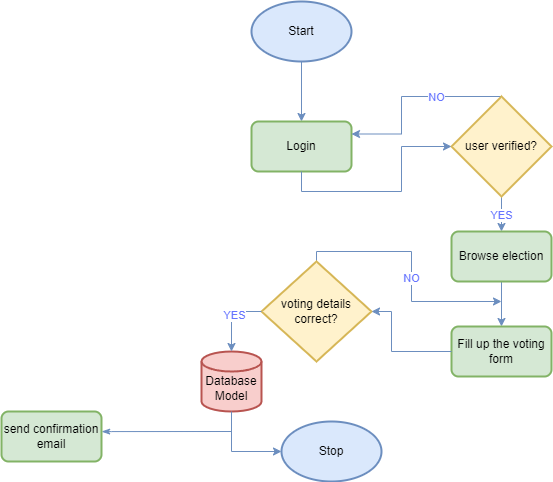
This is deliverables/assets/flowchart/email.png from WSU-cshimizu/ceg4110-group-project-code-crafters, a draw.io export, as it was before one commit. Source tidied: cells renumbered, new cells last; positions are measured from the earlier drawing's top-left corner, leaving out a move shared by most shapes.
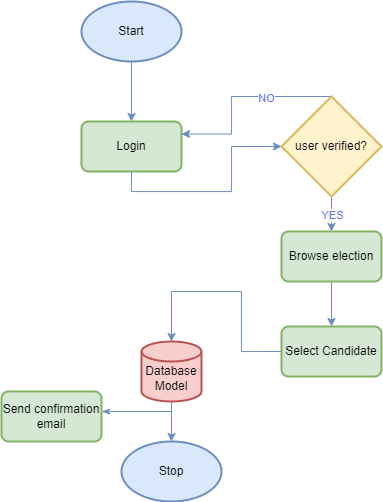
After the commit.

Change to the diagram source:
```diff
@@ -46,59 +46,37 @@
     <mxCell id="12" value="Browse election" style="rounded=1;whiteSpace=wrap;html=1;absoluteArcSize=1;arcSize=14;strokeWidth=2;fillColor=#d5e8d4;strokeColor=#82b366;" parent="1" vertex="1">
       <mxGeometry x="450" y="230" width="100" height="50" as="geometry" />
     </mxCell>
-    <mxCell id="13" value="Fill up the voting form" style="rounded=1;whiteSpace=wrap;html=1;absoluteArcSize=1;arcSize=14;strokeWidth=2;fillColor=#d5e8d4;strokeColor=#82b366;" parent="1" vertex="1">
+    <mxCell id="13" value="Select Candidate" style="rounded=1;whiteSpace=wrap;html=1;absoluteArcSize=1;arcSize=14;strokeWidth=2;fillColor=#d5e8d4;strokeColor=#82b366;" parent="1" vertex="1">
       <mxGeometry x="450" y="325" width="100" height="50" as="geometry" />
     </mxCell>
-    <mxCell id="14" style="edgeStyle=orthogonalEdgeStyle;rounded=0;jettySize=auto;html=1;exitX=0.518;exitY=0.029;exitDx=0;exitDy=0;exitPerimeter=0;fillColor=#dae8fc;strokeColor=#6c8ebf;" parent="1" edge="1" source="16">
-      <mxGeometry relative="1" as="geometry">
-        <mxPoint x="500" y="300" as="targetPoint" />
-        <Array as="points">
-          <mxPoint x="315" y="263" />
-          <mxPoint x="315" y="250" />
-          <mxPoint x="410" y="250" />
-          <mxPoint x="410" y="300" />
-        </Array>
-      </mxGeometry>
-    </mxCell>
-    <mxCell id="15" value="&lt;font color=&quot;#6675ff&quot;&gt;NO&lt;/font&gt;" style="edgeLabel;html=1;align=center;verticalAlign=middle;" parent="14" vertex="1">
-      <mxGeometry x="0.09" relative="1" as="geometry" />
-    </mxCell>
-    <mxCell id="16" value="voting details correct?" style="strokeWidth=2;html=1;shape=mxgraph.flowchart.decision;whiteSpace=wrap;fillColor=#fff2cc;strokeColor=#d6b656;" parent="1" vertex="1">
-      <mxGeometry x="260" y="260" width="110" height="100" as="geometry" />
-    </mxCell>
-    <mxCell id="17" style="edgeStyle=orthogonalEdgeStyle;rounded=0;jettySize=auto;html=1;exitX=0;exitY=0.5;exitDx=0;exitDy=0;entryX=1;entryY=0.5;entryDx=0;entryDy=0;entryPerimeter=0;fillColor=#dae8fc;strokeColor=#6c8ebf;" parent="1" edge="1" source="13" target="16">
+    <mxCell id="17" style="edgeStyle=orthogonalEdgeStyle;rounded=0;jettySize=auto;html=1;exitX=0;exitY=0.5;exitDx=0;exitDy=0;entryX=0.5;entryY=0;entryDx=0;entryDy=0;entryPerimeter=0;fillColor=#dae8fc;strokeColor=#6c8ebf;" parent="1" edge="1" source="13" target="18">
       <mxGeometry relative="1" as="geometry">
         <Array as="points">
-          <mxPoint x="390" y="350" />
-          <mxPoint x="390" y="310" />
+          <mxPoint x="410" y="350" />
+          <mxPoint x="410" y="290" />
+          <mxPoint x="340" y="290" />
         </Array>
       </mxGeometry>
     </mxCell>
     <mxCell id="18" value="&lt;div&gt;&lt;br&gt;&lt;/div&gt;Database&lt;div&gt;Model&lt;/div&gt;" style="strokeWidth=2;html=1;shape=mxgraph.flowchart.database;whiteSpace=wrap;fillColor=#f8cecc;strokeColor=#b85450;" parent="1" vertex="1">
-      <mxGeometry x="200" y="350" width="60" height="60" as="geometry" />
+      <mxGeometry x="310" y="340" width="60" height="60" as="geometry" />
     </mxCell>
-    <mxCell id="19" style="edgeStyle=orthogonalEdgeStyle;rounded=0;jettySize=auto;html=1;exitX=0;exitY=0.5;exitDx=0;exitDy=0;exitPerimeter=0;entryX=0.5;entryY=0;entryDx=0;entryDy=0;entryPerimeter=0;fillColor=#dae8fc;strokeColor=#6c8ebf;" parent="1" edge="1" source="16" target="18">
-      <mxGeometry relative="1" as="geometry" />
-    </mxCell>
-    <mxCell id="20" value="&lt;font&gt;YES&lt;/font&gt;" style="edgeLabel;html=1;align=center;verticalAlign=middle;fontColor=#6675FF;" parent="19" vertex="1">
-      <mxGeometry x="-0.05" y="3" relative="1" as="geometry" />
-    </mxCell>
     <mxCell id="21" value="Stop" style="strokeWidth=2;html=1;shape=mxgraph.flowchart.start_1;whiteSpace=wrap;fillColor=#dae8fc;strokeColor=#6c8ebf;" parent="1" vertex="1">
-      <mxGeometry x="280" y="420" width="100" height="60" as="geometry" />
+      <mxGeometry x="290" y="440" width="100" height="60" as="geometry" />
     </mxCell>
-    <mxCell id="22" style="edgeStyle=orthogonalEdgeStyle;rounded=0;jettySize=auto;html=1;exitX=0.5;exitY=1;exitDx=0;exitDy=0;exitPerimeter=0;entryX=0;entryY=0.5;entryDx=0;entryDy=0;entryPerimeter=0;fillColor=#dae8fc;strokeColor=#6c8ebf;" parent="1" edge="1" source="18" target="21">
+    <mxCell id="22" style="edgeStyle=orthogonalEdgeStyle;rounded=0;jettySize=auto;html=1;exitX=0.5;exitY=1;exitDx=0;exitDy=0;exitPerimeter=0;entryX=0.5;entryY=0;entryDx=0;entryDy=0;entryPerimeter=0;fillColor=#dae8fc;strokeColor=#6c8ebf;" parent="1" edge="1" source="18" target="21">
       <mxGeometry relative="1" as="geometry" />
     </mxCell>
     <mxCell id="23" style="edgeStyle=orthogonalEdgeStyle;rounded=0;jettySize=auto;html=1;exitX=1.001;exitY=0.402;exitDx=0;exitDy=0;exitPerimeter=0;endArrow=none;endFill=0;startArrow=classicThin;startFill=1;strokeColor=#6C8EBF;" parent="1" edge="1" source="24">
       <mxGeometry relative="1" as="geometry">
-        <mxPoint x="230" y="430" as="targetPoint" />
+        <mxPoint x="340" y="410" as="targetPoint" />
         <Array as="points">
-          <mxPoint x="110" y="430" />
+          <mxPoint x="280" y="410" />
         </Array>
       </mxGeometry>
     </mxCell>
-    <mxCell id="24" value="send confirmation email" style="rounded=1;whiteSpace=wrap;html=1;absoluteArcSize=1;arcSize=14;strokeWidth=2;fillColor=#d5e8d4;strokeColor=#82b366;" parent="1" vertex="1">
-      <mxGeometry y="410" width="100" height="50" as="geometry" />
+    <mxCell id="24" value="Send confirmation email" style="rounded=1;whiteSpace=wrap;html=1;absoluteArcSize=1;arcSize=14;strokeWidth=2;fillColor=#d5e8d4;strokeColor=#82b366;" parent="1" vertex="1">
+      <mxGeometry x="170" y="390" width="100" height="50" as="geometry" />
     </mxCell>
   </root>
 </mxGraphModel>
```
